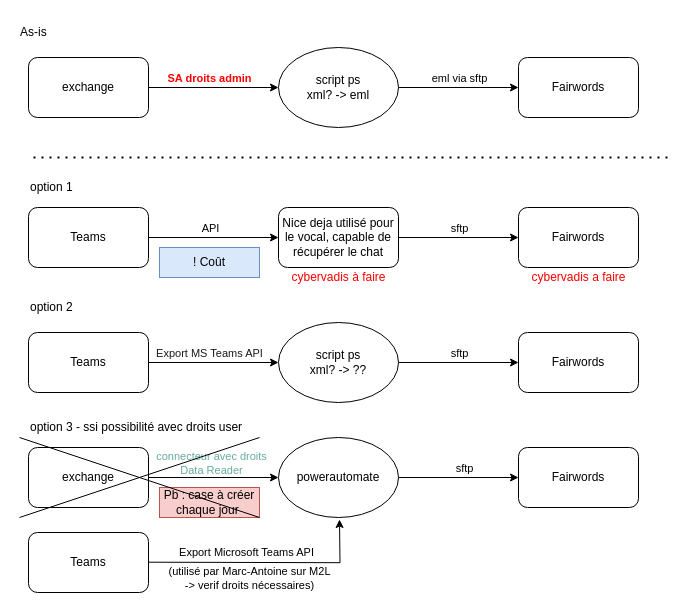
Above: Options chat recording.drawio in sushi-78/TE (draw.io), before the change. Source tidied: cells renumbered, new cells numbered last; positions are measured from the earlier drawing's top-left corner, leaving out a move shared by most shapes. Both pictures are drawn from the tidied source at 100%, with x=0, y=0 at pixel (18, 17).
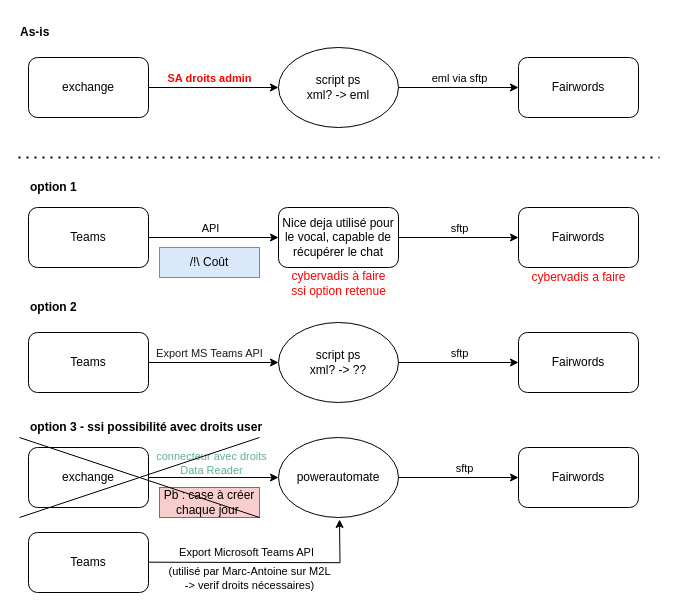
The same page after the edit.

Unchanged cells that the change refers to:
```xml
<mxCell id="20" style="edgeStyle=orthogonalEdgeStyle;rounded=0;jettySize=auto;html=1;exitX=1;exitY=0.5;exitDx=0;exitDy=0;entryX=0;entryY=0.5;entryDx=0;entryDy=0;" parent="1" edge="1" source="19" target="26">
  <mxGeometry relative="1" as="geometry" />
</mxCell>
```

What changed in the source:
```diff
@@
-    <mxCell id="16" value="option 1" style="text;html=1;align=left;verticalAlign=middle;whiteSpace=wrap;rounded=0;" parent="1" vertex="1">
+    <mxCell id="16" value="option 1" style="text;html=1;align=left;verticalAlign=middle;whiteSpace=wrap;rounded=0;fontStyle=1;" parent="1" vertex="1">
       <mxGeometry x="10" y="155" width="60" height="30" as="geometry" />
     </mxCell>
-    <mxCell id="17" value="As-is" style="text;html=1;align=left;verticalAlign=middle;whiteSpace=wrap;rounded=0;" parent="1" vertex="1">
+    <mxCell id="17" value="As-is" style="text;html=1;align=left;verticalAlign=middle;whiteSpace=wrap;rounded=0;fontStyle=1;" parent="1" vertex="1">
       <mxGeometry width="60" height="30" as="geometry" />
     </mxCell>
-    <mxCell id="18" value="option 2" style="text;html=1;align=left;verticalAlign=middle;whiteSpace=wrap;rounded=0;" parent="1" vertex="1">
+    <mxCell id="18" value="option 2" style="text;html=1;align=left;verticalAlign=middle;whiteSpace=wrap;rounded=0;fontStyle=1;" parent="1" vertex="1">
       <mxGeometry x="10" y="275" width="220" height="30" as="geometry" />
     </mxCell>
@@
-    <mxCell id="21" value="connecteur avec droits&lt;div&gt;Data Reader&lt;/div&gt;" style="edgeLabel;html=1;align=center;verticalAlign=middle;fontColor=#67AB9F;" parent="20" vertex="1">
+    <mxCell id="21" value="connecteur avec droits&lt;div&gt;Data Reader&lt;/div&gt;" style="edgeLabel;html=1;align=center;verticalAlign=middle;fontColor=#67AB9F;labelBackgroundColor=none;" parent="20" vertex="1">
       <mxGeometry x="-0.04" y="-1" relative="1" as="geometry">
         <mxPoint y="-16" as="offset" />
       </mxGeometry>
     </mxCell>
@@
-    <mxCell id="23" value="option 3 - ssi possibilité avec droits user" style="text;html=1;align=left;verticalAlign=middle;whiteSpace=wrap;rounded=0;" parent="1" vertex="1">
-      <mxGeometry x="10" y="395" width="220" height="30" as="geometry" />
+    <mxCell id="23" value="option 3 - ssi possibilité avec droits user" style="text;html=1;align=left;verticalAlign=middle;whiteSpace=wrap;rounded=0;fontStyle=1;" parent="1" vertex="1">
+      <mxGeometry x="10" y="395" width="251" height="30" as="geometry" />
     </mxCell>
@@
     <mxCell id="27" style="endArrow=none;dashed=1;html=1;dashPattern=1 3;strokeWidth=2;rounded=0;" parent="1" edge="1">
       <mxGeometry relative="1" as="geometry">
-        <mxPoint x="15" y="140" as="sourcePoint" />
-        <mxPoint x="650" y="140" as="targetPoint" />
+        <mxPoint y="140" as="sourcePoint" />
+        <mxPoint x="641" y="140" as="targetPoint" />
       </mxGeometry>
     </mxCell>
-    <mxCell id="28" value="cybervadis à faire" style="text;html=1;align=center;verticalAlign=middle;strokeColor=none;fillColor=none;fontColor=#FF0000;" parent="1" vertex="1">
-      <mxGeometry x="260" y="245" width="120" height="30" as="geometry" />
+    <mxCell id="28" value="cybervadis à faire&lt;div&gt;ssi option retenue&lt;/div&gt;" style="text;html=1;align=center;verticalAlign=middle;strokeColor=none;fillColor=none;fontColor=#FF0000;" parent="1" vertex="1">
+      <mxGeometry x="260" y="246" width="120" height="40" as="geometry" />
     </mxCell>
@@
-    <mxCell id="36" value="! Coût" style="text;html=1;align=center;verticalAlign=middle;whiteSpace=wrap;rounded=0;fillColor=#dae8fc;strokeColor=#6c8ebf;" parent="1" vertex="1">
+    <mxCell id="36" value="/!\ Coût" style="text;html=1;align=center;verticalAlign=middle;whiteSpace=wrap;rounded=0;fillColor=#dae8fc;strokeColor=#6c8ebf;" parent="1" vertex="1">
       <mxGeometry x="141" y="230" width="100" height="30" as="geometry" />
     </mxCell>
```
